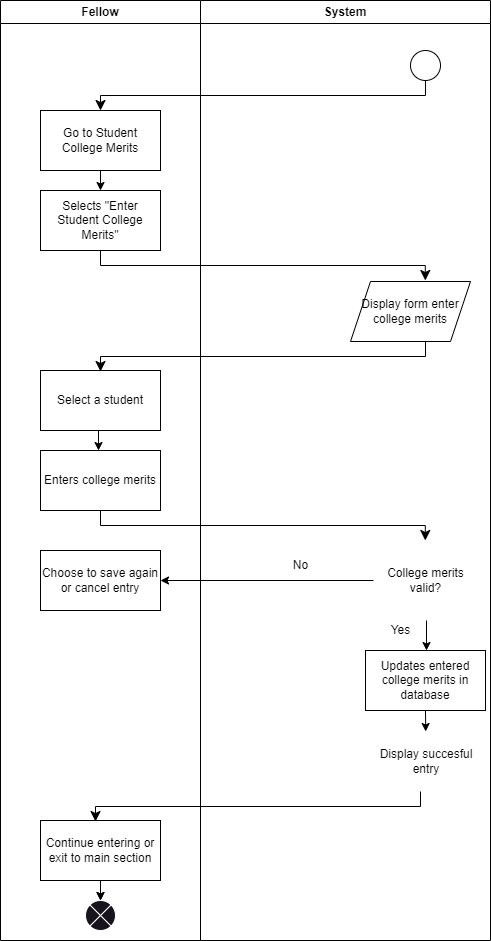
This is project/drawio/stakeholder/activity diagram/uc09.png from drshahizan/software-engineering, a draw.io export, as it was before one commit. Source tidied: cells renumbered, new cells last; positions are measured from the earlier drawing's top-left corner, leaving out a move shared by most shapes.
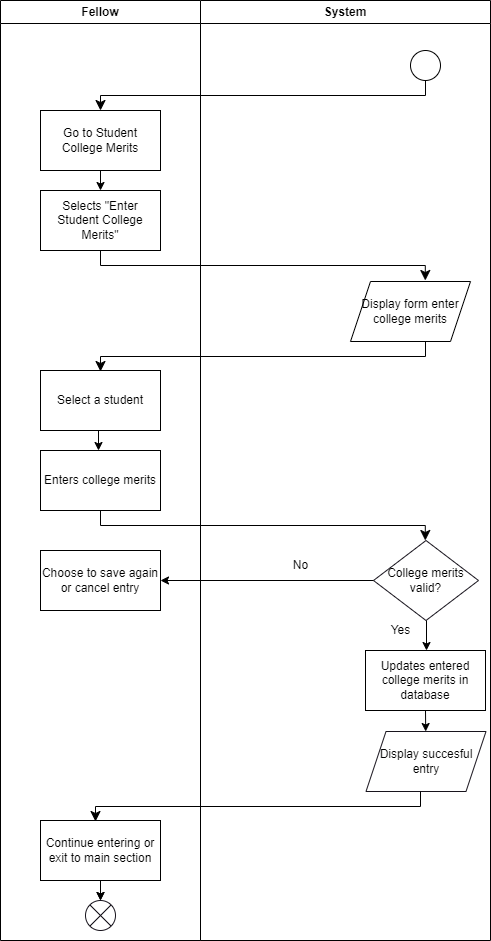
The same diagram one commit later.

The edit, as a diff of the source:
```diff
@@ -56,7 +56,7 @@
         <mxPoint x="424.8" y="540" as="targetPoint" />
       </mxGeometry>
     </mxCell>
-    <mxCell id="14" value="College merits valid?" style="rhombus;whiteSpace=wrap;html=1;fillColor=#FFFFFF;strokeColor=#FFFFFF;" parent="1" vertex="1">
+    <mxCell id="14" value="College merits valid?" style="rhombus;whiteSpace=wrap;html=1;fillColor=#FFFFFF;strokeColor=#18141D;" parent="1" vertex="1">
       <mxGeometry x="373" y="540" width="105" height="80" as="geometry" />
     </mxCell>
     <mxCell id="15" style="endArrow=classic;html=1;" parent="1" edge="1">
@@ -76,7 +76,7 @@
         <mxPoint x="425" y="710" as="sourcePoint" />
       </mxGeometry>
     </mxCell>
-    <mxCell id="19" value="Display succesful entry" style="shape=parallelogram;perimeter=parallelogramPerimeter;whiteSpace=wrap;html=1;fixedSize=1;fillColor=#FFFFFF;strokeColor=#FFFFFF;" parent="1" vertex="1">
+    <mxCell id="19" value="Display succesful entry" style="shape=parallelogram;perimeter=parallelogramPerimeter;whiteSpace=wrap;html=1;fixedSize=1;fillColor=#FFFFFF;strokeColor=#18141D;" parent="1" vertex="1">
       <mxGeometry x="365.5" y="731" width="120" height="60" as="geometry" />
     </mxCell>
     <mxCell id="20" style="edgeStyle=elbowEdgeStyle;elbow=vertical;endArrow=classic;html=1;curved=0;rounded=0;endSize=8;startSize=8;" parent="1" edge="1">
@@ -109,7 +109,7 @@
     <mxCell id="26" value="Choose to save again or cancel entry" style="rounded=0;whiteSpace=wrap;html=1;" parent="1" vertex="1">
       <mxGeometry x="40" y="550" width="120" height="60" as="geometry" />
     </mxCell>
-    <mxCell id="27" style="shape=sumEllipse;perimeter=ellipsePerimeter;whiteSpace=wrap;html=1;backgroundOutline=1;fillColor=#18141D;strokeColor=#FFFFFF;" parent="1" vertex="1">
+    <mxCell id="27" style="shape=sumEllipse;perimeter=ellipsePerimeter;whiteSpace=wrap;html=1;backgroundOutline=1;fillColor=#FFFFFF;strokeColor=#18141D;" parent="1" vertex="1">
       <mxGeometry x="85" y="900" width="30" height="30" as="geometry" />
     </mxCell>
     <mxCell id="28" value="Fellow" style="swimlane;whiteSpace=wrap;html=1;fillColor=#FFFFFF;" parent="1" vertex="1">
```
